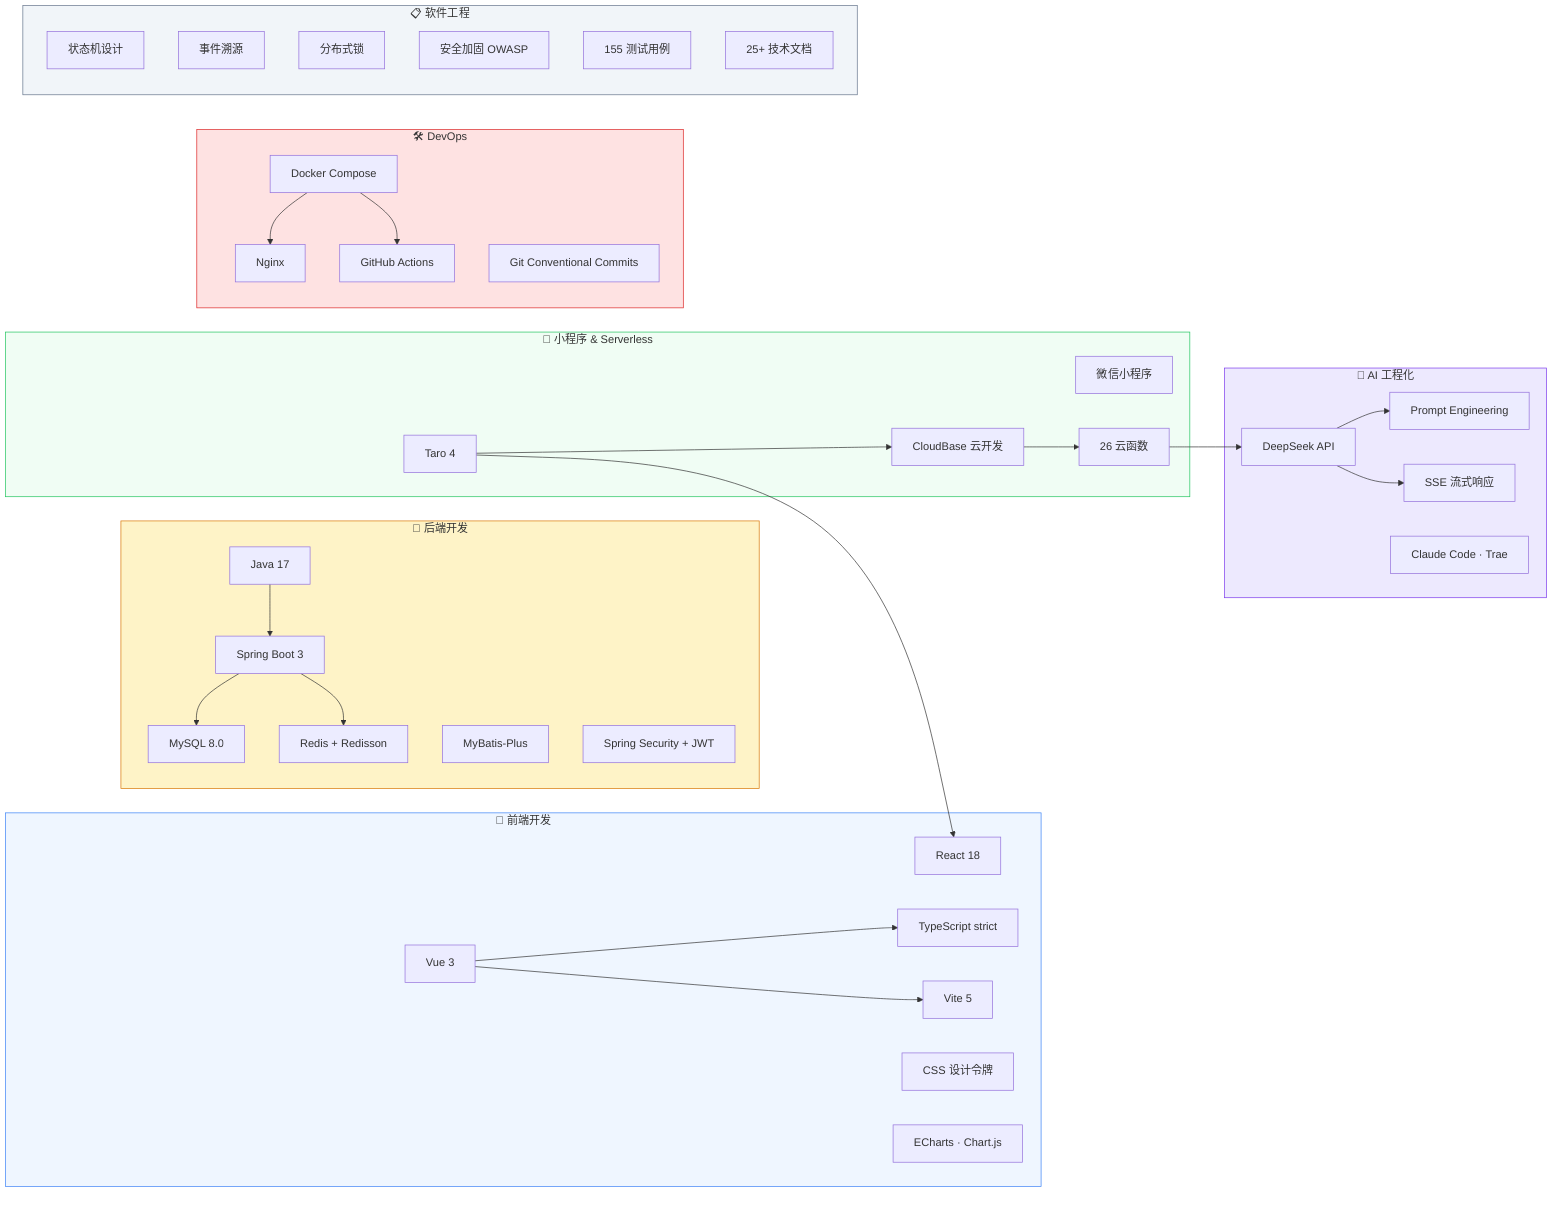
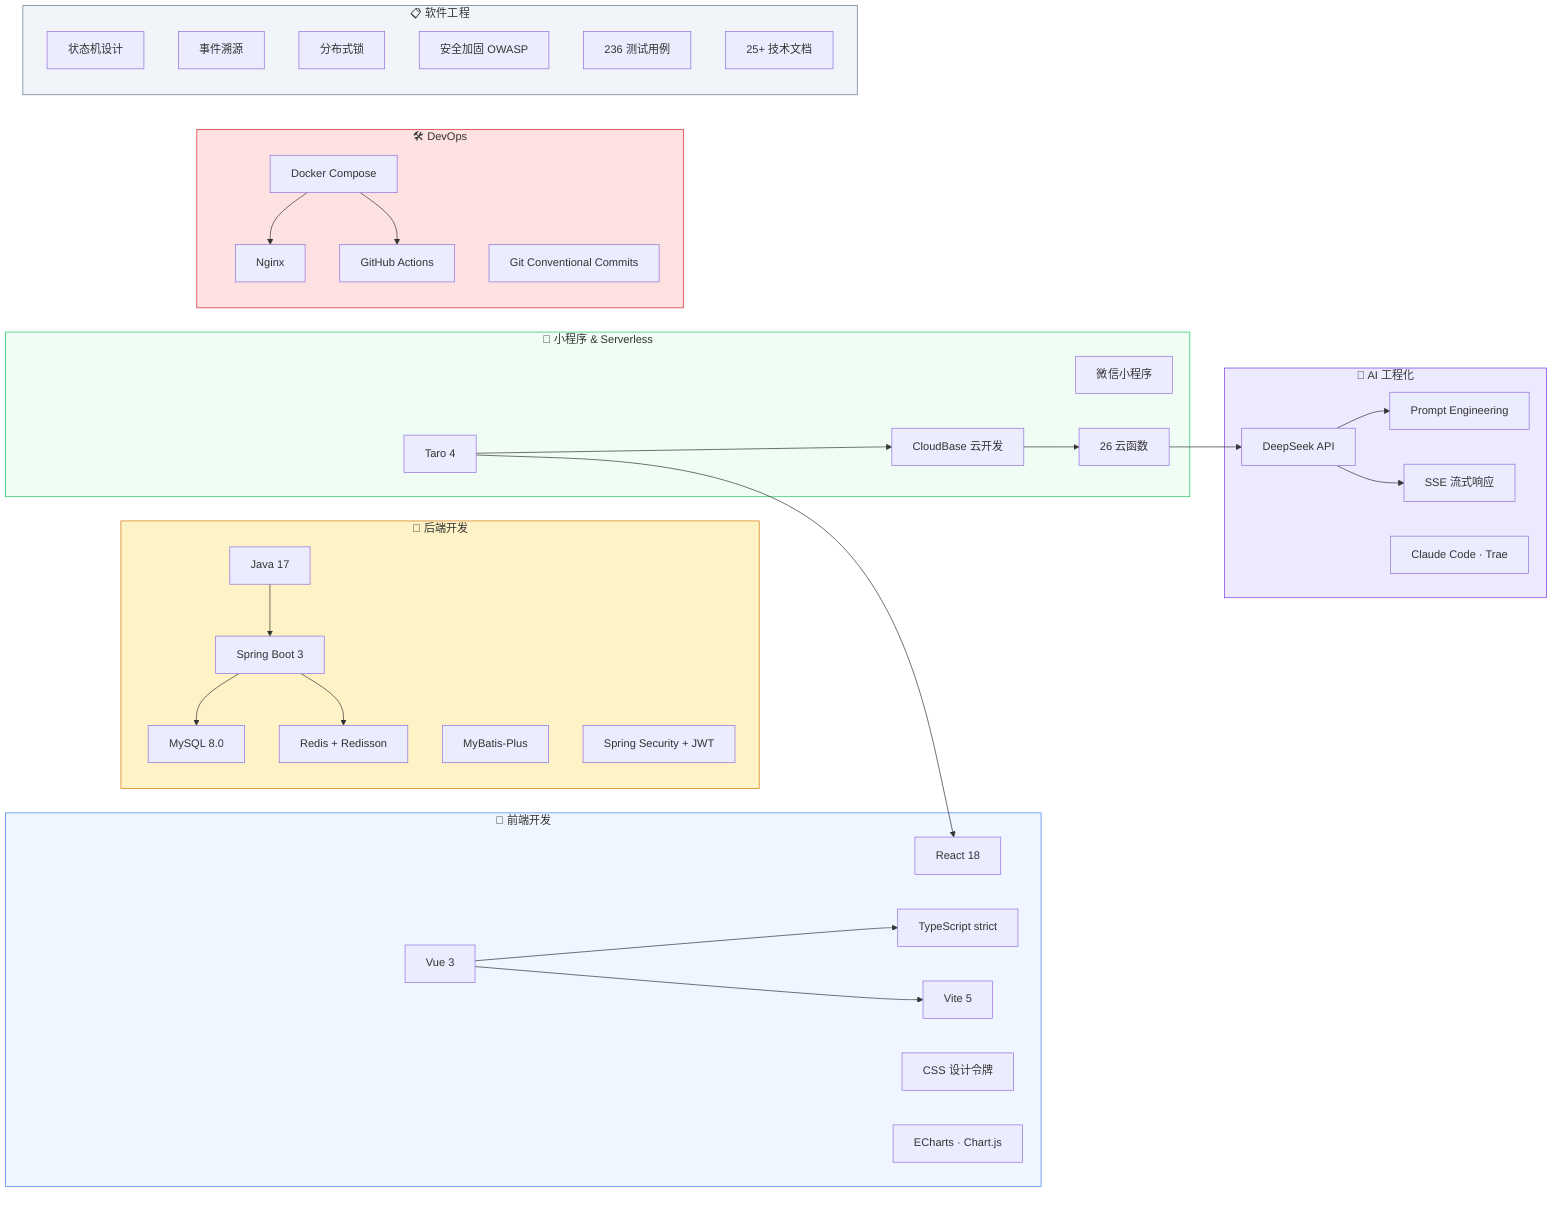
graph LR
    subgraph Backend["🔧 后端开发"]
        Java["Java 17"]
        Spring["Spring Boot 3"]
        MP["MyBatis-Plus"]
        MySQL["MySQL 8.0"]
        Redis["Redis + Redisson"]
        Security["Spring Security + JWT"]
    end

    subgraph Frontend["🎨 前端开发"]
        Vue["Vue 3"]
        React2["React 18"]
        TS["TypeScript strict"]
        Vite["Vite 5"]
        CSS2["CSS 设计令牌"]
        Chart["ECharts · Chart.js"]
    end

    subgraph Mini["📱 小程序 & Serverless"]
        Taro["Taro 4"]
        WeApp["微信小程序"]
        CloudBase["CloudBase 云开发"]
        CloudFunc["26 云函数"]
    end

    subgraph AI2["🤖 AI 工程化"]
        DeepSeek["DeepSeek API"]
        Prompt["Prompt Engineering"]
        SSE["SSE 流式响应"]
        Claude["Claude Code · Trae"]
    end

    subgraph DevOps["🛠️ DevOps"]
        Docker["Docker Compose"]
        CI["GitHub Actions"]
        Nginx["Nginx"]
        Git["Git Conventional Commits"]
    end

    subgraph SE["📋 软件工程"]
        FSM["状态机设计"]
        ES["事件溯源"]
        DLock["分布式锁"]
        Security2["安全加固 OWASP"]
-         Test["155 测试用例"]
+         Test["236 测试用例"]
        Docs["25+ 技术文档"]
    end

    Java --> Spring
    Spring --> MySQL
    Spring --> Redis
    Vue --> Vite
    Vue --> TS
    Taro --> React2
    Taro --> CloudBase
    CloudBase --> CloudFunc
    DeepSeek --> SSE
    DeepSeek --> Prompt
    CloudFunc --> DeepSeek
    Docker --> Nginx
    Docker --> CI

    style Backend fill:#fef3c7,stroke:#d97706
    style Frontend fill:#eff6ff,stroke:#3b82f6
    style Mini fill:#f0fdf4,stroke:#22c55e
    style AI2 fill:#ede9fe,stroke:#7c3aed
    style DevOps fill:#fee2e2,stroke:#dc2626
    style SE fill:#f1f5f9,stroke:#64748b
